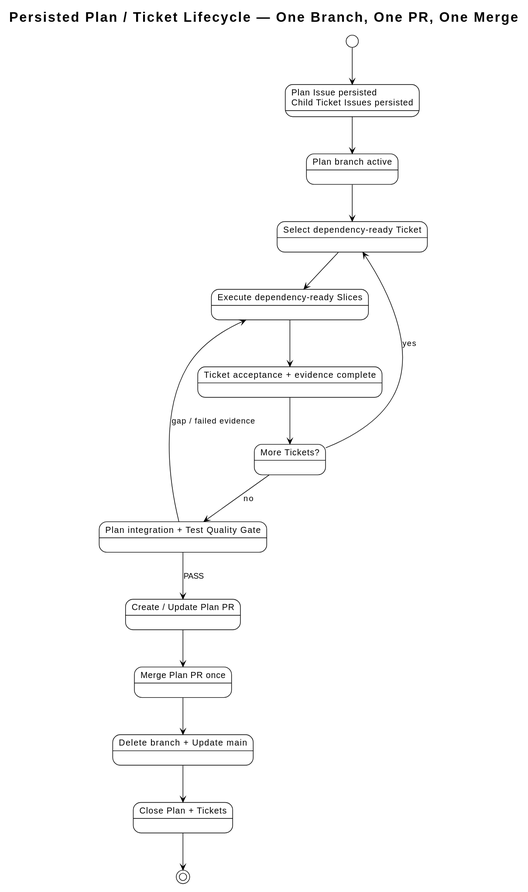
The PlantUML diagram docs/architecture/diagrams/ticket-lifecycle.svg in i-zrhe2016/codex-development-workflow, before a commit.
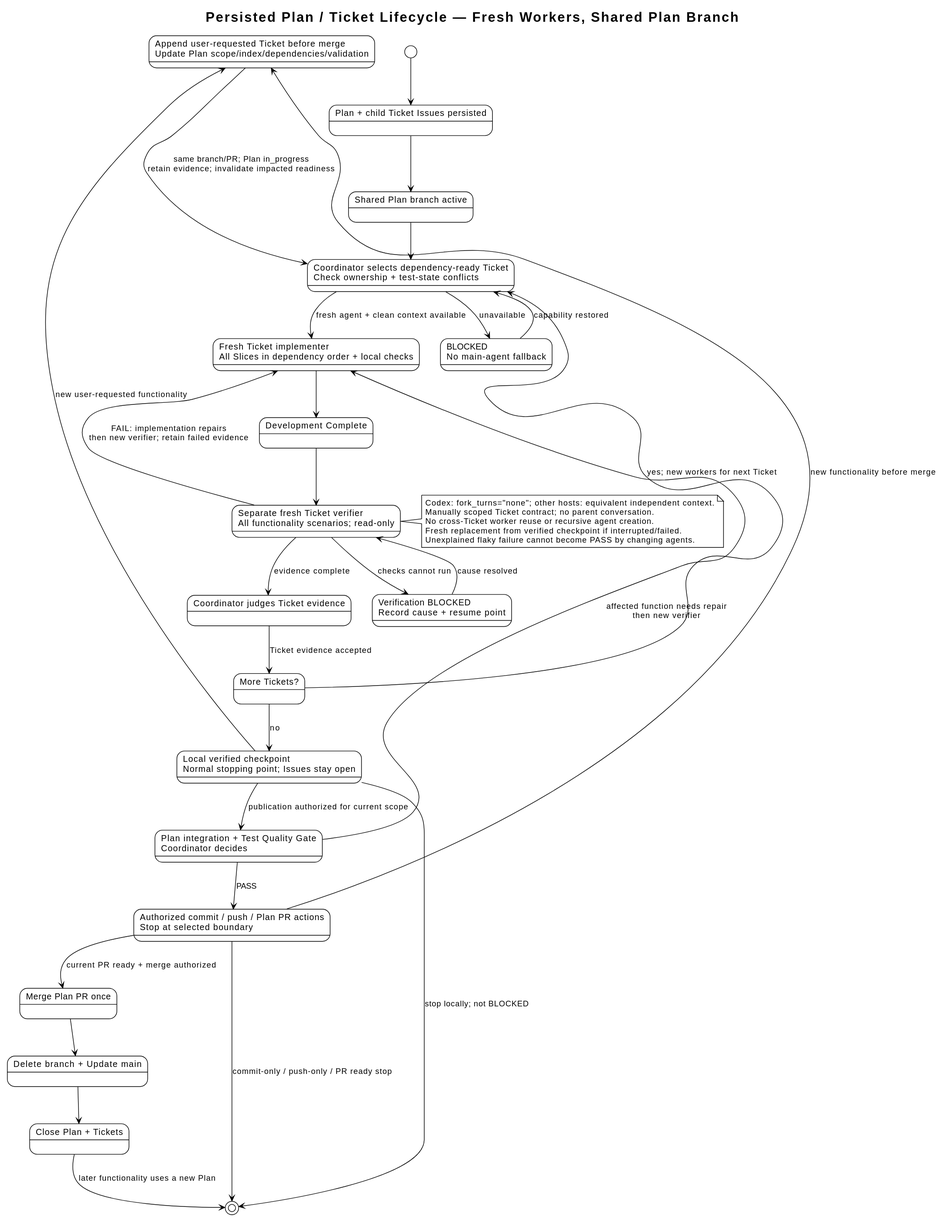
Above is the later version.

Change to the diagram source:
```diff
@@ -4,32 +4,59 @@
 skinparam shadowing false
 skinparam defaultFontName Arial
 
-title Persisted Plan / Ticket Lifecycle — One Branch, One PR, One Merge
+title Persisted Plan / Ticket Lifecycle — Fresh Workers, Shared Plan Branch
 
-state "Plan Issue persisted\nChild Ticket Issues persisted" as persisted
-state "Plan branch active" as branch
-state "Select dependency-ready Ticket" as select
-state "Execute dependency-ready Slices" as slices
-state "Ticket acceptance + evidence complete" as accepted
+state "Plan + child Ticket Issues persisted" as persisted
+state "Shared Plan branch active" as branch
+state "Coordinator selects dependency-ready Ticket\nCheck ownership + test-state conflicts" as select
+state "Fresh Ticket implementer\nAll Slices in dependency order + local checks" as implement
+state "Development Complete" as developed
+state "Separate fresh Ticket verifier\nAll functionality scenarios; read-only" as verify
+state "Coordinator judges Ticket evidence" as accepted
 state "More Tickets?" as more
-state "Plan integration + Test Quality Gate" as gate
-state "Create / Update Plan PR" as publish
+state "Local verified checkpoint\nNormal stopping point; Issues stay open" as local
+state "Append user-requested Ticket before merge\nUpdate Plan scope/index/dependencies/validation" as expand
+state "Plan integration + Test Quality Gate\nCoordinator decides" as gate
+state "Authorized commit / push / Plan PR actions\nStop at selected boundary" as publish
 state "Merge Plan PR once" as merge
 state "Delete branch + Update main" as cleanup
 state "Close Plan + Tickets" as done
+state "BLOCKED\nNo main-agent fallback" as blocked
+state "Verification BLOCKED\nRecord cause + resume point" as verify_blocked
 
 [*] --> persisted
-persisted --> branch
-branch --> select
-select --> slices
-slices --> accepted
-accepted --> more
-more --> select : yes
-more --> gate : no
-gate --> slices : gap / failed evidence
-gate --> publish : PASS
-publish --> merge
-merge --> cleanup
-cleanup --> done
-done --> [*]
+persisted -down-> branch
+branch -down-> select
+select -down-> implement : fresh agent + clean context available
+select --> blocked : unavailable
+blocked -[norank]-> select : capability restored
+implement -down-> developed
+developed -down-> verify
+verify --> verify_blocked : checks cannot run
+verify_blocked -[norank]-> verify : cause resolved
+verify -down-> accepted : evidence complete
+verify -[norank]-> implement : FAIL: implementation repairs\nthen new verifier; retain failed evidence
+accepted -down-> more : Ticket evidence accepted
+more -[norank]-> select : yes; new workers for next Ticket
+more -down-> local : no
+local --> [*] : stop locally; not BLOCKED
+local -[norank]-> expand : new user-requested functionality
+publish -[norank]-> expand : new functionality before merge
+expand -[norank]-> select : same branch/PR; Plan in_progress\nretain evidence; invalidate impacted readiness
+local -down-> gate : publication authorized for current scope
+gate -[norank]-> implement : affected function needs repair\nthen new verifier
+gate -down-> publish : PASS
+publish --> [*] : commit-only / push-only / PR ready stop
+publish -down-> merge : current PR ready + merge authorized
+merge -down-> cleanup
+cleanup -down-> done
+done --> [*] : later functionality uses a new Plan
+
+note right of verify
+Codex: fork_turns="none"; other hosts: equivalent independent context.
+Manually scoped Ticket contract; no parent conversation.
+No cross-Ticket worker reuse or recursive agent creation.
+Fresh replacement from verified checkpoint if interrupted/failed.
+Unexplained flaky failure cannot become PASS by changing agents.
+end note
 @enduml
```
